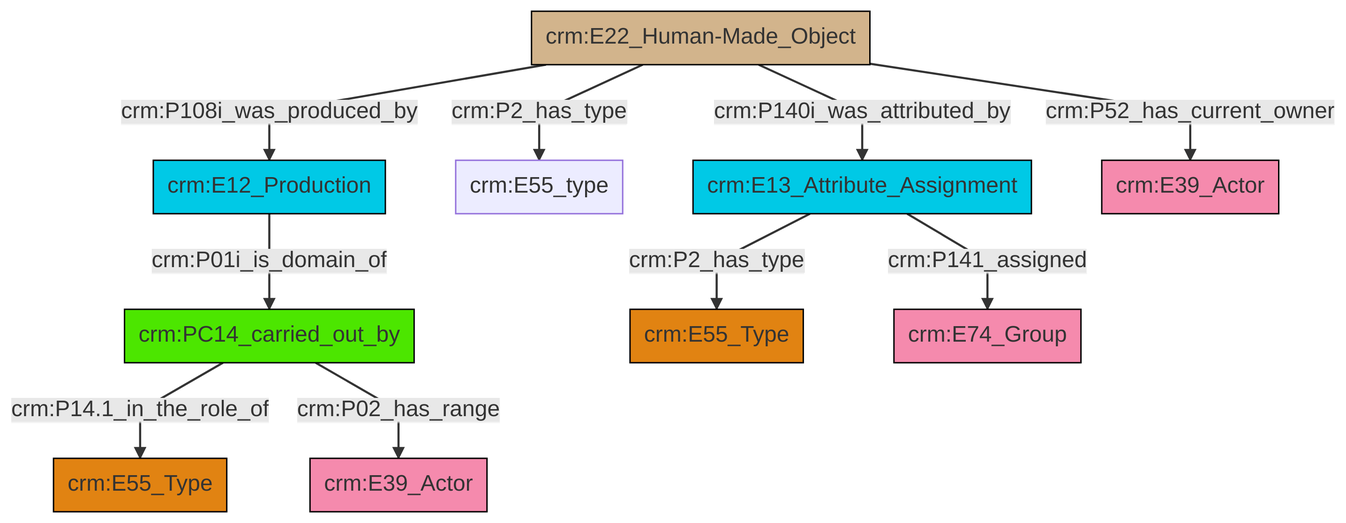
swiss-art-research-net/reference-data-models keeps this Mermaid diagram as et/builtWorkCSV/ttl/mmd/png/Built_Work_actor_relations.png. Above is the earlier version. Its source is kept beside it as et/builtWorkCSV/ttl/mmd/Built_Work_actor_relations.ttl.mmd.
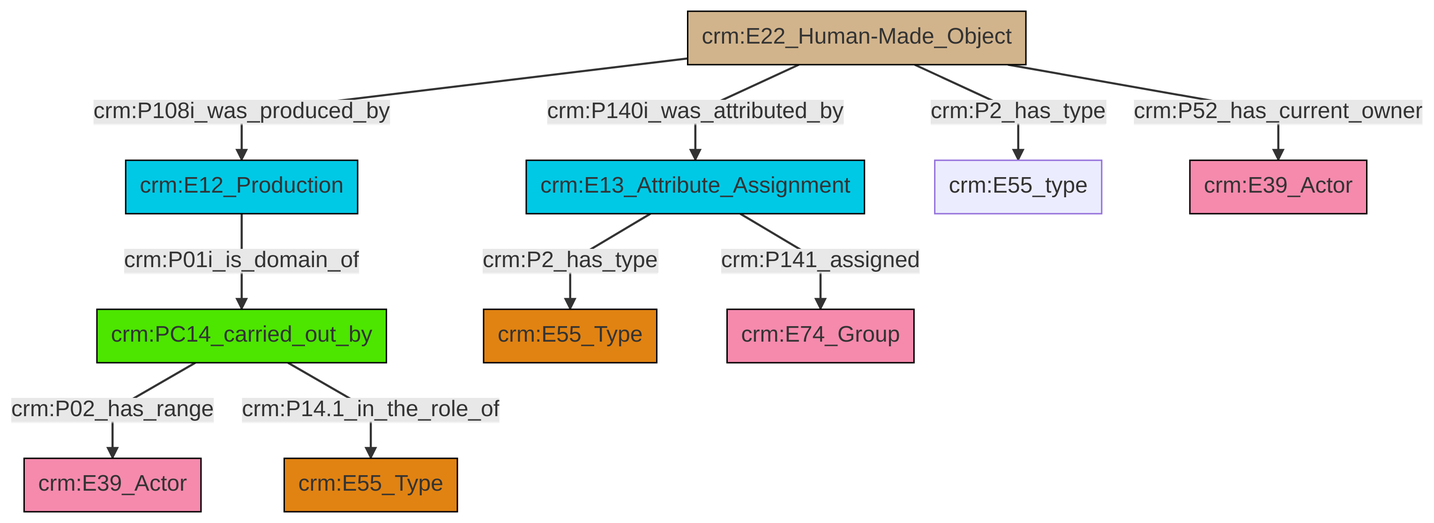
The same diagram one commit later.

Change to the diagram source:
```diff
@@ -13,12 +13,12 @@
 classDef PC_Classes fill:#4ce600, stroke:#000000;
 classDef Multi fill:#cccccc,stroke:#000000;
 
-2["crm:E22_Human-Made_Object"]:::Physical_Thing -->|crm:P108i_was_produced_by| 3["crm:E12_Production"]:::Temporal_Entity
-4["crm:PC14_carried_out_by"]:::PC_Classes -->|crm:P14.1_in_the_role_of| 5["crm:E55_Type"]:::Type
-14["crm:E13_Attribute_Assignment"]:::Temporal_Entity -->|crm:P2_has_type| 10["crm:E55_Type"]:::Type
-3["crm:E12_Production"]:::Temporal_Entity -->|crm:P01i_is_domain_of| 4["crm:PC14_carried_out_by"]:::PC_Classes
-2["crm:E22_Human-Made_Object"]:::Physical_Thing -->|crm:P2_has_type| 15["crm:E55_type"]:::Default
-14["crm:E13_Attribute_Assignment"]:::Temporal_Entity -->|crm:P141_assigned| 0["crm:E74_Group"]:::Actor
-4["crm:PC14_carried_out_by"]:::PC_Classes -->|crm:P02_has_range| 18["crm:E39_Actor"]:::Actor
-2["crm:E22_Human-Made_Object"]:::Physical_Thing -->|crm:P140i_was_attributed_by| 14["crm:E13_Attribute_Assignment"]:::Temporal_Entity
-2["crm:E22_Human-Made_Object"]:::Physical_Thing -->|crm:P52_has_current_owner| 7["crm:E39_Actor"]:::Actor
+0["crm:E22_Human-Made_Object"]:::Physical_Thing -->|crm:P108i_was_produced_by| 1["crm:E12_Production"]:::Temporal_Entity
+2["crm:E13_Attribute_Assignment"]:::Temporal_Entity -->|crm:P2_has_type| 3["crm:E55_Type"]:::Type
+1["crm:E12_Production"]:::Temporal_Entity -->|crm:P01i_is_domain_of| 5["crm:PC14_carried_out_by"]:::PC_Classes
+0["crm:E22_Human-Made_Object"]:::Physical_Thing -->|crm:P140i_was_attributed_by| 2["crm:E13_Attribute_Assignment"]:::Temporal_Entity
+0["crm:E22_Human-Made_Object"]:::Physical_Thing -->|crm:P2_has_type| 9["crm:E55_type"]:::Default
+0["crm:E22_Human-Made_Object"]:::Physical_Thing -->|crm:P52_has_current_owner| 12["crm:E39_Actor"]:::Actor
+5["crm:PC14_carried_out_by"]:::PC_Classes -->|crm:P02_has_range| 14["crm:E39_Actor"]:::Actor
+2["crm:E13_Attribute_Assignment"]:::Temporal_Entity -->|crm:P141_assigned| 10["crm:E74_Group"]:::Actor
+5["crm:PC14_carried_out_by"]:::PC_Classes -->|crm:P14.1_in_the_role_of| 16["crm:E55_Type"]:::Type
```
